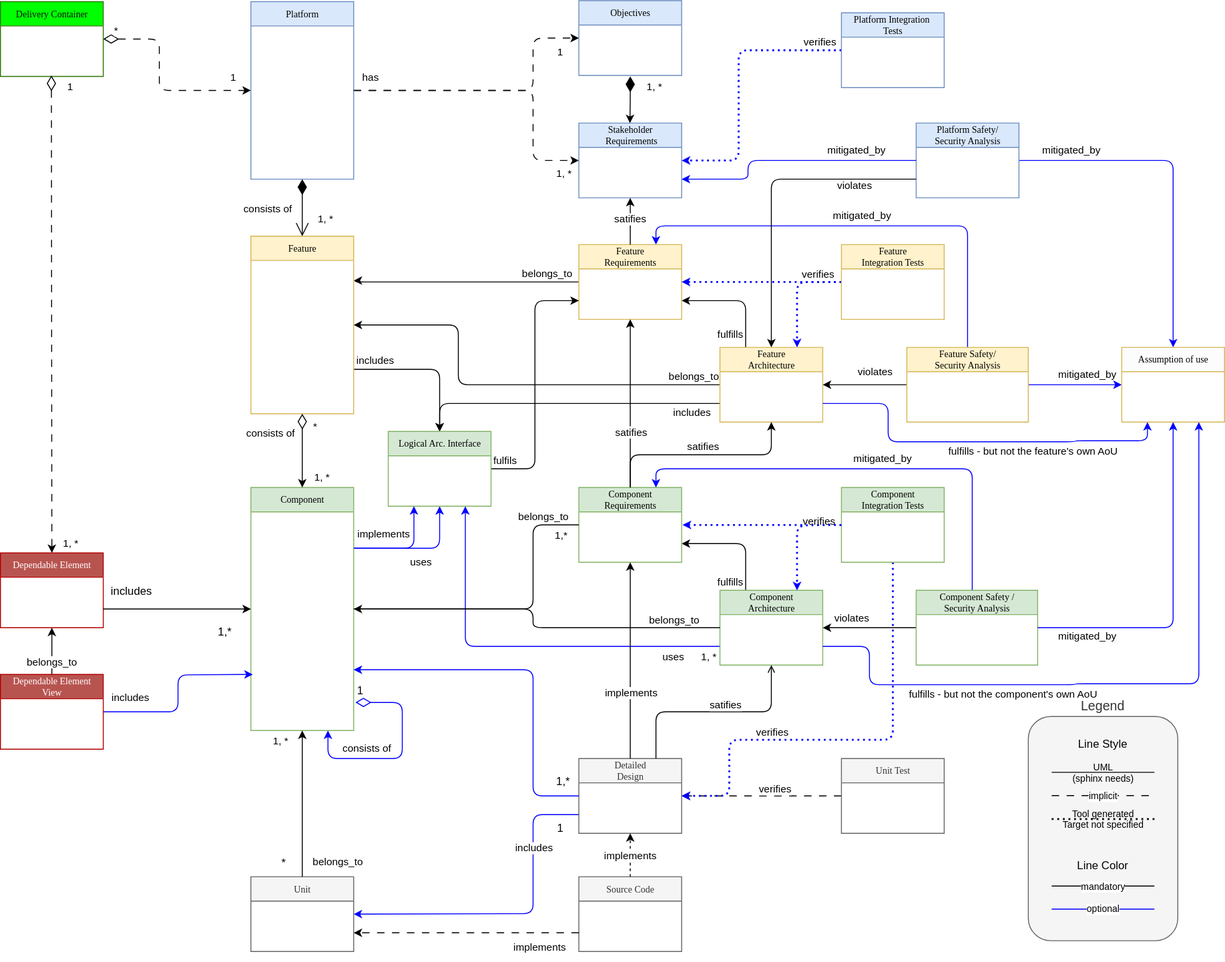
Above: pr-572/_images/score_building_blocks_meta_model.drawio.svg in eclipse-score/process_description (draw.io), before the change. Source tidied: cells renumbered, new cells last; positions are measured from the earlier drawing's top-left corner, leaving out a move shared by most shapes.
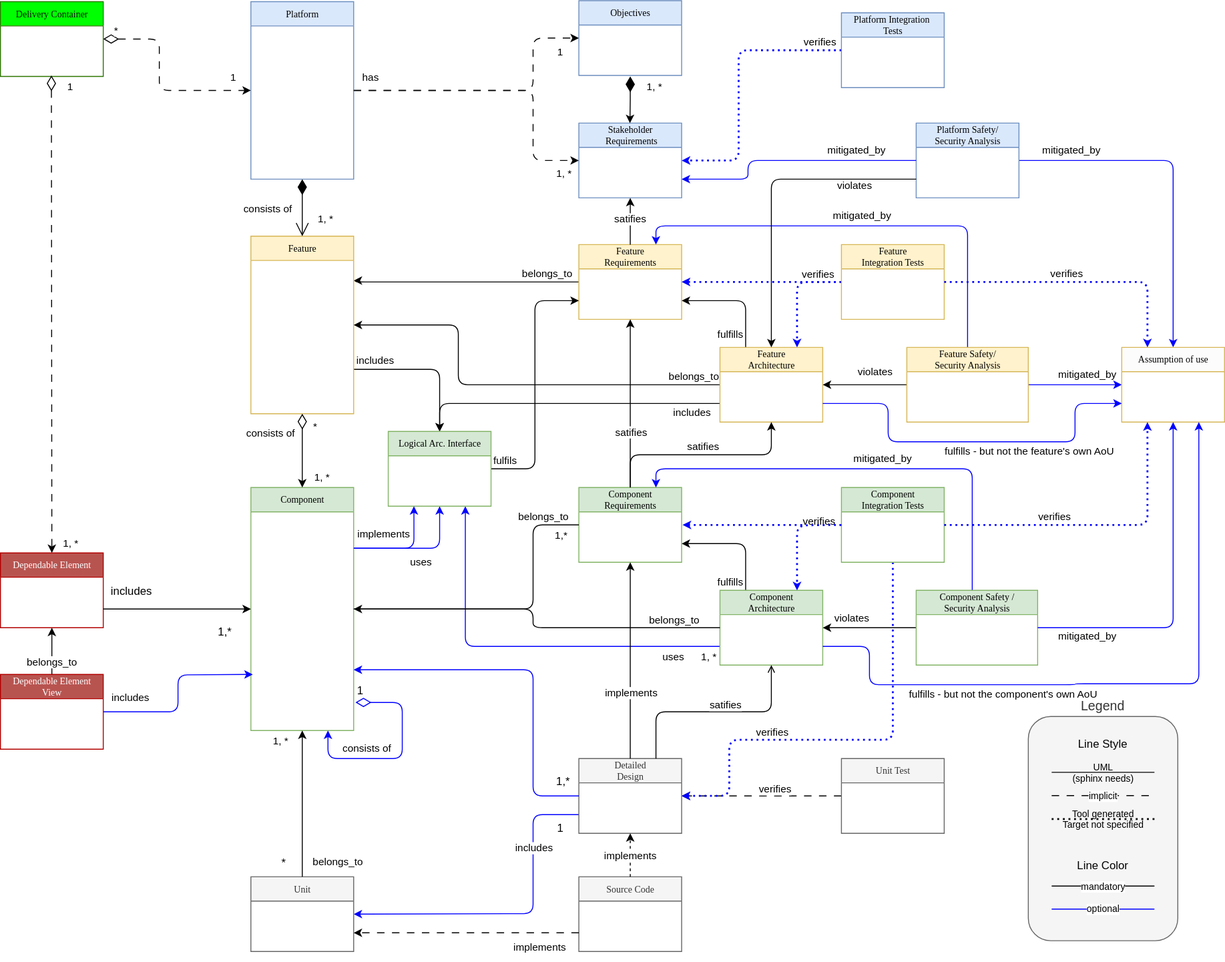
After the change.

What changed in the source:
```diff
@@ -598,11 +598,10 @@
         <mxPoint x="13" y="-8" as="offset" />
       </mxGeometry>
     </mxCell>
-    <mxCell id="128" style="edgeStyle=orthogonalEdgeStyle;rounded=1;jettySize=auto;html=1;entryX=1;entryY=0.75;entryDx=0;entryDy=0;exitX=0.25;exitY=1;exitDx=0;exitDy=0;strokeColor=#0000ff;startArrow=classic;startFill=1;endArrow=none;endFill=0;" parent="1" edge="1" source="75" target="17">
+    <mxCell id="128" style="edgeStyle=orthogonalEdgeStyle;rounded=1;jettySize=auto;html=1;entryX=1;entryY=0.75;entryDx=0;entryDy=0;exitX=0;exitY=0.75;exitDx=0;exitDy=0;strokeColor=#0000ff;startArrow=classic;startFill=1;endArrow=none;endFill=0;" parent="1" edge="1" source="75" target="17">
       <mxGeometry relative="1" as="geometry">
         <Array as="points">
-          <mxPoint x="1228" y="471" />
-          <mxPoint x="1150" y="471" />
+          <mxPoint x="1150" y="431" />
           <mxPoint x="1150" y="472" />
           <mxPoint x="950" y="472" />
           <mxPoint x="950" y="431" />
@@ -630,5 +629,21 @@
         <mxPoint y="11" as="offset" />
       </mxGeometry>
     </mxCell>
+    <mxCell id="132" style="edgeStyle=orthogonalEdgeStyle;rounded=1;jettySize=auto;html=1;entryX=0.25;entryY=0;entryDx=0;entryDy=0;dashed=1;curved=0;strokeColor=#0000FF;dashPattern=1 2;strokeWidth=2;endSize=3;exitX=1;exitY=0.5;exitDx=0;exitDy=0;" parent="1" edge="1" source="80" target="75">
+      <mxGeometry relative="1" as="geometry" />
+    </mxCell>
+    <mxCell id="133" value="verifies" style="edgeLabel;html=1;align=center;verticalAlign=middle;" parent="132" vertex="1">
+      <mxGeometry x="-0.12" y="2" relative="1" as="geometry">
+        <mxPoint x="4" y="-8" as="offset" />
+      </mxGeometry>
+    </mxCell>
+    <mxCell id="134" style="edgeStyle=orthogonalEdgeStyle;rounded=1;jettySize=auto;html=1;entryX=0.25;entryY=1;entryDx=0;entryDy=0;dashed=1;curved=0;strokeColor=#0000FF;dashPattern=1 2;strokeWidth=2;endSize=3;exitX=1;exitY=0.5;exitDx=0;exitDy=0;" parent="1" edge="1" source="87" target="75">
+      <mxGeometry relative="1" as="geometry" />
+    </mxCell>
+    <mxCell id="135" value="verifies" style="edgeLabel;html=1;align=center;verticalAlign=middle;" parent="134" vertex="1">
+      <mxGeometry x="-0.29" relative="1" as="geometry">
+        <mxPoint y="-10" as="offset" />
+      </mxGeometry>
+    </mxCell>
   </root>
 </mxGraphModel>
```
